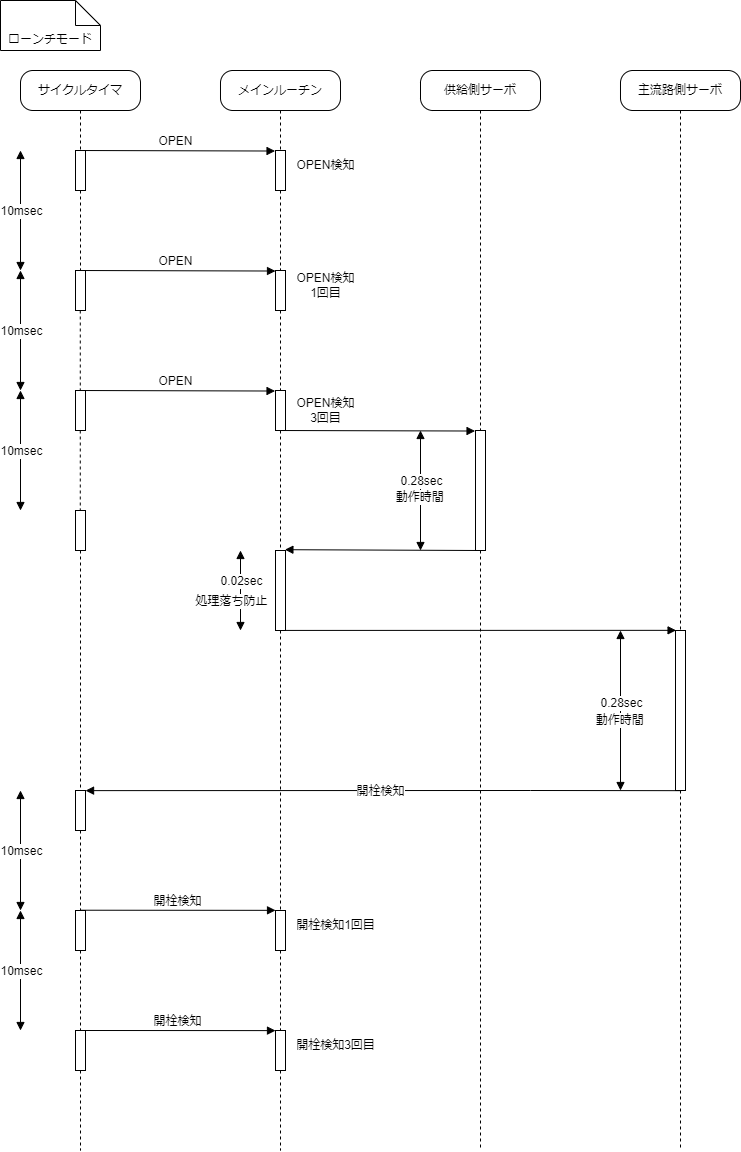
The draw.io diagram Documents/Materials/images/Logics/ValveControlTimingChart_LaunchMode.png in tokai-student-rocket-project/H-58-Avionics, before a commit. Source tidied: cells renumbered, new cells last; positions are measured from the earlier drawing's top-left corner, leaving out a move shared by most shapes.
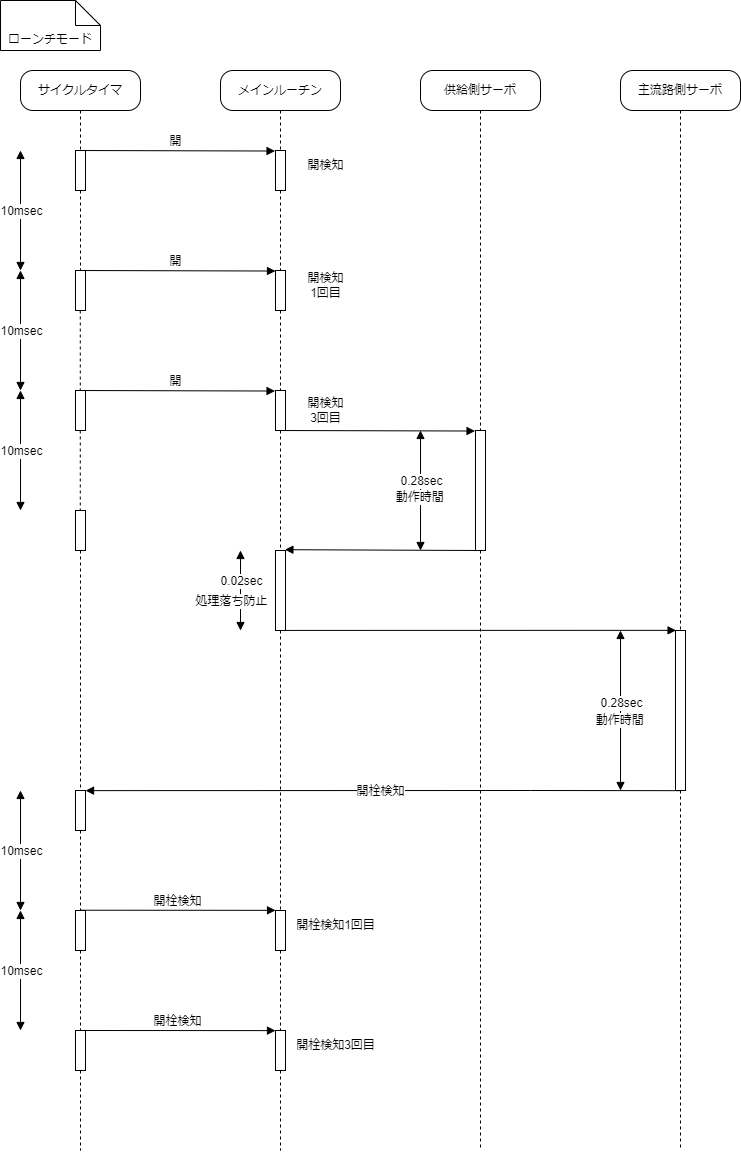
Later version of the same file.

Diff of the diagram source:
```diff
@@ -69,13 +69,13 @@
     <mxCell id="19" style="html=1;points=[];perimeter=orthogonalPerimeter;fontSize=12;" parent="1" vertex="1">
       <mxGeometry x="275" y="150" width="10" height="40" as="geometry" />
     </mxCell>
-    <mxCell id="20" value="OPEN" style="html=1;verticalAlign=bottom;endArrow=block;rounded=0;fontSize=12;entryX=-0.044;entryY=0.013;entryDx=0;entryDy=0;entryPerimeter=0;" parent="1" edge="1" target="19">
+    <mxCell id="20" value="開" style="html=1;verticalAlign=bottom;endArrow=block;rounded=0;fontSize=12;entryX=-0.044;entryY=0.013;entryDx=0;entryDy=0;entryPerimeter=0;" parent="1" edge="1" target="19">
       <mxGeometry relative="1" as="geometry">
         <mxPoint x="75" y="150" as="sourcePoint" />
       </mxGeometry>
     </mxCell>
-    <mxCell id="21" value="OPEN検知" style="text;html=1;align=center;verticalAlign=middle;strokeColor=none;fillColor=none;fontSize=12;" parent="1" vertex="1">
-      <mxGeometry x="285" y="150" width="80" height="30" as="geometry" />
+    <mxCell id="21" value="開検知" style="text;html=1;align=center;verticalAlign=middle;strokeColor=none;fillColor=none;fontSize=12;" parent="1" vertex="1">
+      <mxGeometry x="295" y="150" width="60" height="30" as="geometry" />
     </mxCell>
     <mxCell id="22" style="edgeStyle=none;rounded=0;html=1;dashed=1;fontSize=12;endArrow=none;endFill=0;" parent="1" edge="1" source="23" target="28">
       <mxGeometry relative="1" as="geometry" />
@@ -83,16 +83,16 @@
     <mxCell id="23" style="html=1;points=[];perimeter=orthogonalPerimeter;fontSize=12;" parent="1" vertex="1">
       <mxGeometry x="275" y="270" width="10" height="40" as="geometry" />
     </mxCell>
-    <mxCell id="24" value="OPEN" style="html=1;verticalAlign=bottom;endArrow=block;rounded=0;fontSize=12;entryX=-0.044;entryY=0.013;entryDx=0;entryDy=0;entryPerimeter=0;" parent="1" edge="1">
+    <mxCell id="24" value="開" style="html=1;verticalAlign=bottom;endArrow=block;rounded=0;fontSize=12;entryX=-0.044;entryY=0.013;entryDx=0;entryDy=0;entryPerimeter=0;" parent="1" edge="1">
       <mxGeometry relative="1" as="geometry">
         <mxPoint x="75.4" y="270" as="sourcePoint" />
         <mxPoint x="275" y="270.5" as="targetPoint" />
       </mxGeometry>
     </mxCell>
-    <mxCell id="25" value="OPEN検知&lt;br&gt;1回目" style="text;html=1;align=center;verticalAlign=middle;strokeColor=none;fillColor=none;fontSize=12;" parent="1" vertex="1">
-      <mxGeometry x="285" y="265" width="80" height="40" as="geometry" />
+    <mxCell id="25" value="開検知&lt;br&gt;1回目" style="text;html=1;align=center;verticalAlign=middle;strokeColor=none;fillColor=none;fontSize=12;" parent="1" vertex="1">
+      <mxGeometry x="295" y="265" width="60" height="40" as="geometry" />
     </mxCell>
-    <mxCell id="26" value="OPEN" style="html=1;verticalAlign=bottom;endArrow=block;rounded=0;fontSize=12;entryX=-0.044;entryY=0.013;entryDx=0;entryDy=0;entryPerimeter=0;" parent="1" edge="1">
+    <mxCell id="26" value="開" style="html=1;verticalAlign=bottom;endArrow=block;rounded=0;fontSize=12;entryX=-0.044;entryY=0.013;entryDx=0;entryDy=0;entryPerimeter=0;" parent="1" edge="1">
       <mxGeometry relative="1" as="geometry">
         <mxPoint x="75" y="390" as="sourcePoint" />
         <mxPoint x="274.6" y="390.5" as="targetPoint" />
@@ -104,8 +104,8 @@
     <mxCell id="28" style="html=1;points=[];perimeter=orthogonalPerimeter;fontSize=12;" parent="1" vertex="1">
       <mxGeometry x="275" y="390" width="10" height="40" as="geometry" />
     </mxCell>
-    <mxCell id="29" value="OPEN検知&lt;br&gt;3回目" style="text;html=1;align=center;verticalAlign=middle;strokeColor=none;fillColor=none;fontSize=12;" parent="1" vertex="1">
-      <mxGeometry x="285" y="390" width="80" height="40" as="geometry" />
+    <mxCell id="29" value="開検知&lt;br&gt;3回目" style="text;html=1;align=center;verticalAlign=middle;strokeColor=none;fillColor=none;fontSize=12;" parent="1" vertex="1">
+      <mxGeometry x="295" y="390" width="60" height="40" as="geometry" />
     </mxCell>
     <mxCell id="30" style="endArrow=block;startArrow=block;endFill=1;startFill=1;html=1;fontSize=12;" parent="1" edge="1">
       <mxGeometry relative="1" as="geometry">
```
